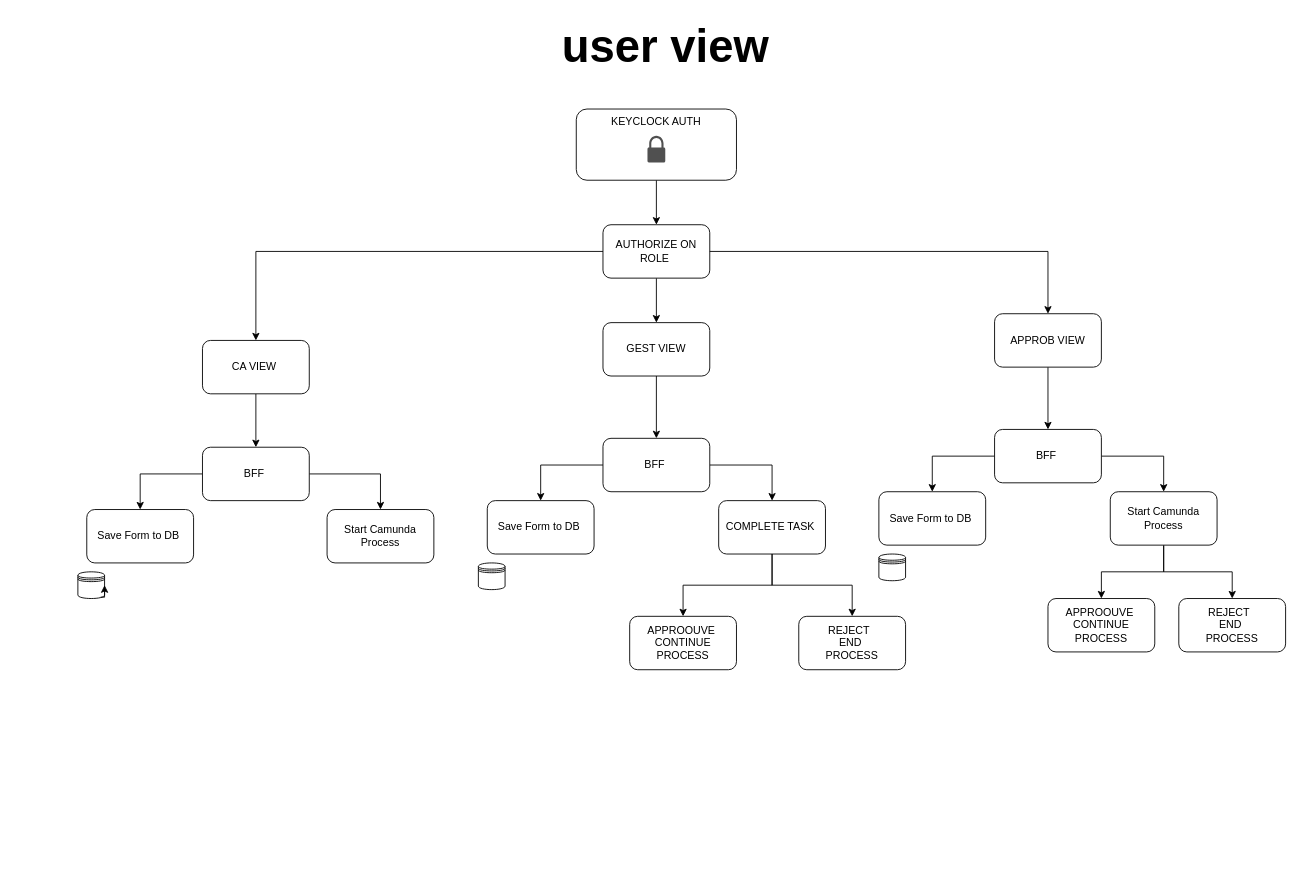
Above: src/assets/VM Diagram.drawio in drissaitkassi/camunda-angular (draw.io), before the change. Source tidied: cells renumbered, new cells numbered last; positions are measured from the earlier drawing's top-left corner, leaving out a move shared by most shapes. Both pictures are drawn from the tidied source at 89%, with x=0, y=0 at pixel (77, 15).
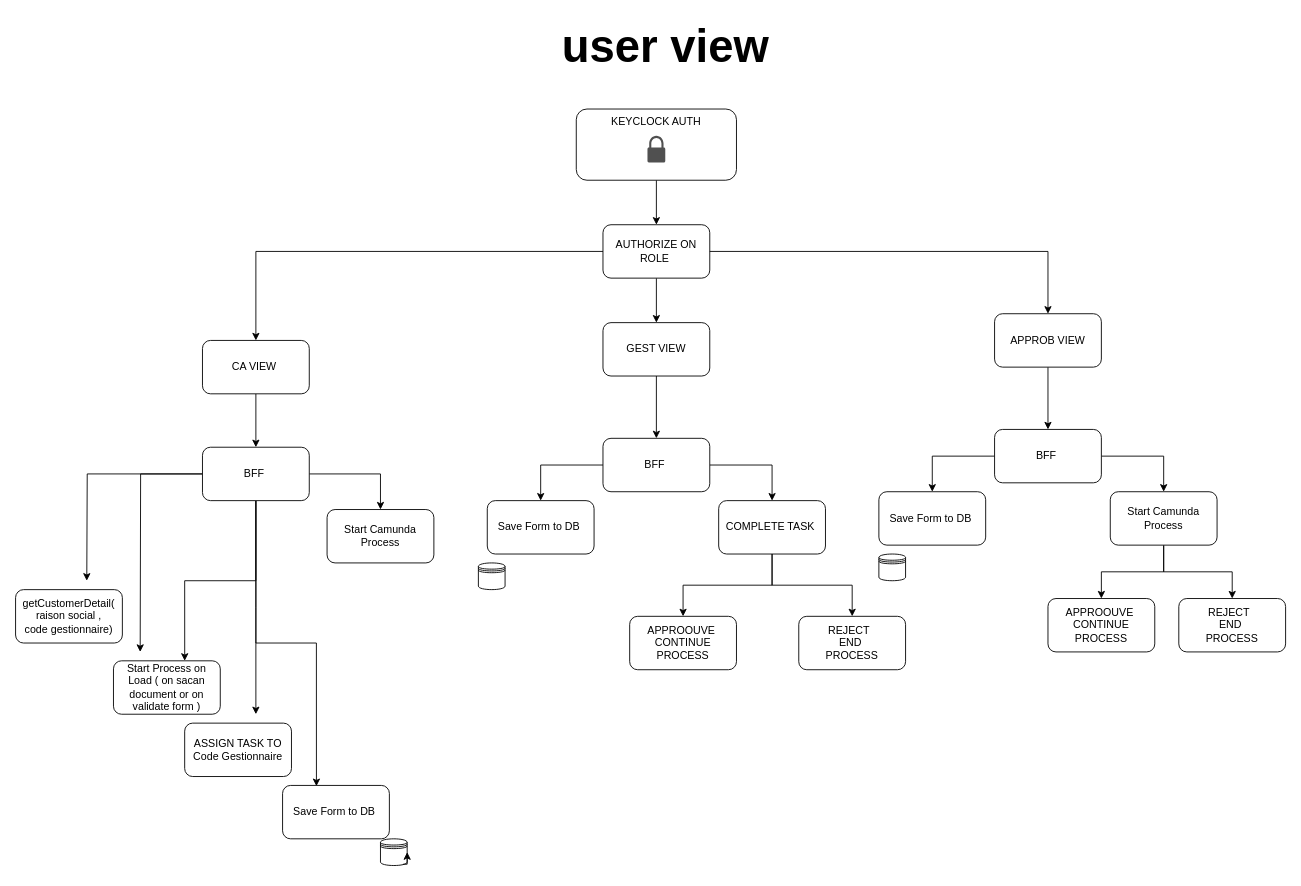
The same diagram, later.

Unchanged cells that the change refers to:
```xml
<mxCell id="6" value="BFF&amp;nbsp;" style="whiteSpace=wrap;html=1;rounded=1;" parent="1" vertex="1">
  <mxGeometry x="140" y="485" width="120" height="60" as="geometry" />
</mxCell>
<mxCell id="8" value="Start Camunda Process" style="whiteSpace=wrap;html=1;rounded=1;" parent="1" vertex="1">
  <mxGeometry x="280" y="555" width="120" height="60" as="geometry" />
</mxCell>
```

What changed in the source:
```diff
@@
+    <mxCell id="5" style="edgeStyle=orthogonalEdgeStyle;rounded=0;jettySize=auto;html=1;" parent="1" edge="1" source="6" target="8">
+      <mxGeometry relative="1" as="geometry" />
+    </mxCell>
+    <mxCell id="43" style="edgeStyle=orthogonalEdgeStyle;rounded=0;jettySize=auto;html=1;" parent="1" edge="1" source="6">
+      <mxGeometry relative="1" as="geometry">
+        <mxPoint x="10" y="635" as="targetPoint" />
+      </mxGeometry>
+    </mxCell>
+    <mxCell id="44" style="edgeStyle=orthogonalEdgeStyle;rounded=0;jettySize=auto;html=1;" parent="1" edge="1" source="6">
+      <mxGeometry relative="1" as="geometry">
+        <mxPoint x="70" y="715" as="targetPoint" />
+      </mxGeometry>
+    </mxCell>
+    <mxCell id="45" style="edgeStyle=orthogonalEdgeStyle;rounded=0;jettySize=auto;html=1;entryX=0.667;entryY=0;entryDx=0;entryDy=0;entryPerimeter=0;" parent="1" edge="1" source="6" target="48">
+      <mxGeometry relative="1" as="geometry" />
+    </mxCell>
+    <mxCell id="46" style="edgeStyle=orthogonalEdgeStyle;rounded=0;jettySize=auto;html=1;" parent="1" edge="1" source="6">
+      <mxGeometry relative="1" as="geometry">
+        <mxPoint x="200" y="785" as="targetPoint" />
+      </mxGeometry>
+    </mxCell>
-    <mxCell id="4" style="edgeStyle=orthogonalEdgeStyle;rounded=0;jettySize=auto;html=1;" parent="1" edge="1" source="6" target="7">
+    <mxCell id="4" style="edgeStyle=orthogonalEdgeStyle;rounded=0;jettySize=auto;html=1;entryX=0.317;entryY=0.014;entryDx=0;entryDy=0;entryPerimeter=0;" parent="1" edge="1" source="6" target="7">
       <mxGeometry relative="1" as="geometry" />
     </mxCell>
-    <mxCell id="5" style="edgeStyle=orthogonalEdgeStyle;rounded=0;jettySize=auto;html=1;" parent="1" edge="1" source="6" target="8">
-      <mxGeometry relative="1" as="geometry" />
-    </mxCell>
@@
     <mxCell id="7" value="Save Form to DB&amp;nbsp;" style="whiteSpace=wrap;html=1;rounded=1;" parent="1" vertex="1">
-      <mxGeometry x="10" y="555" width="120" height="60" as="geometry" />
+      <mxGeometry x="230" y="865" width="120" height="60" as="geometry" />
     </mxCell>
@@
     <mxCell id="38" style="shape=datastore;whiteSpace=wrap;html=1;" parent="1" vertex="1">
-      <mxGeometry y="625" width="30" height="30" as="geometry" />
+      <mxGeometry x="340" y="925" width="30" height="30" as="geometry" />
     </mxCell>
@@
+    <mxCell id="47" value="getCustomerDetail(&lt;br&gt;raison social ,&lt;br&gt;code gestionnaire)" style="whiteSpace=wrap;html=1;rounded=1;" parent="1" vertex="1">
+      <mxGeometry x="-70" y="645" width="120" height="60" as="geometry" />
+    </mxCell>
+    <mxCell id="48" value="Start Process on Load ( on sacan document or on validate form )" style="whiteSpace=wrap;html=1;rounded=1;" parent="1" vertex="1">
+      <mxGeometry x="40" y="725" width="120" height="60" as="geometry" />
+    </mxCell>
+    <mxCell id="49" value="ASSIGN TASK TO Code Gestionnaire" style="whiteSpace=wrap;html=1;rounded=1;" parent="1" vertex="1">
+      <mxGeometry x="120" y="795" width="120" height="60" as="geometry" />
+    </mxCell>
```
